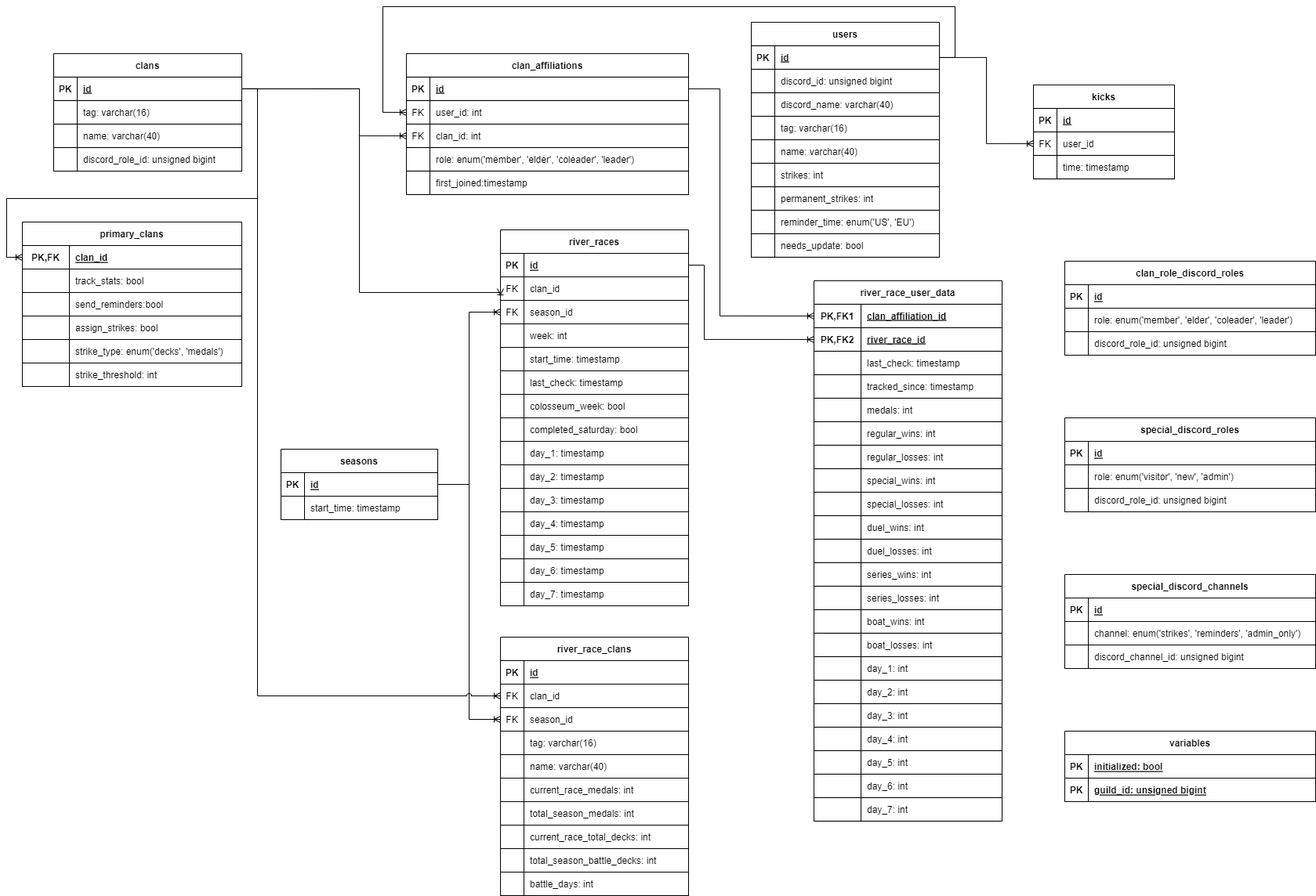
The draw.io diagram docs/DatabaseSchema.png in chradajan/ClashRoyaleManager, before a commit. Source tidied: cells renumbered, new cells last; positions are measured from the earlier drawing's top-left corner, leaving out a move shared by most shapes.
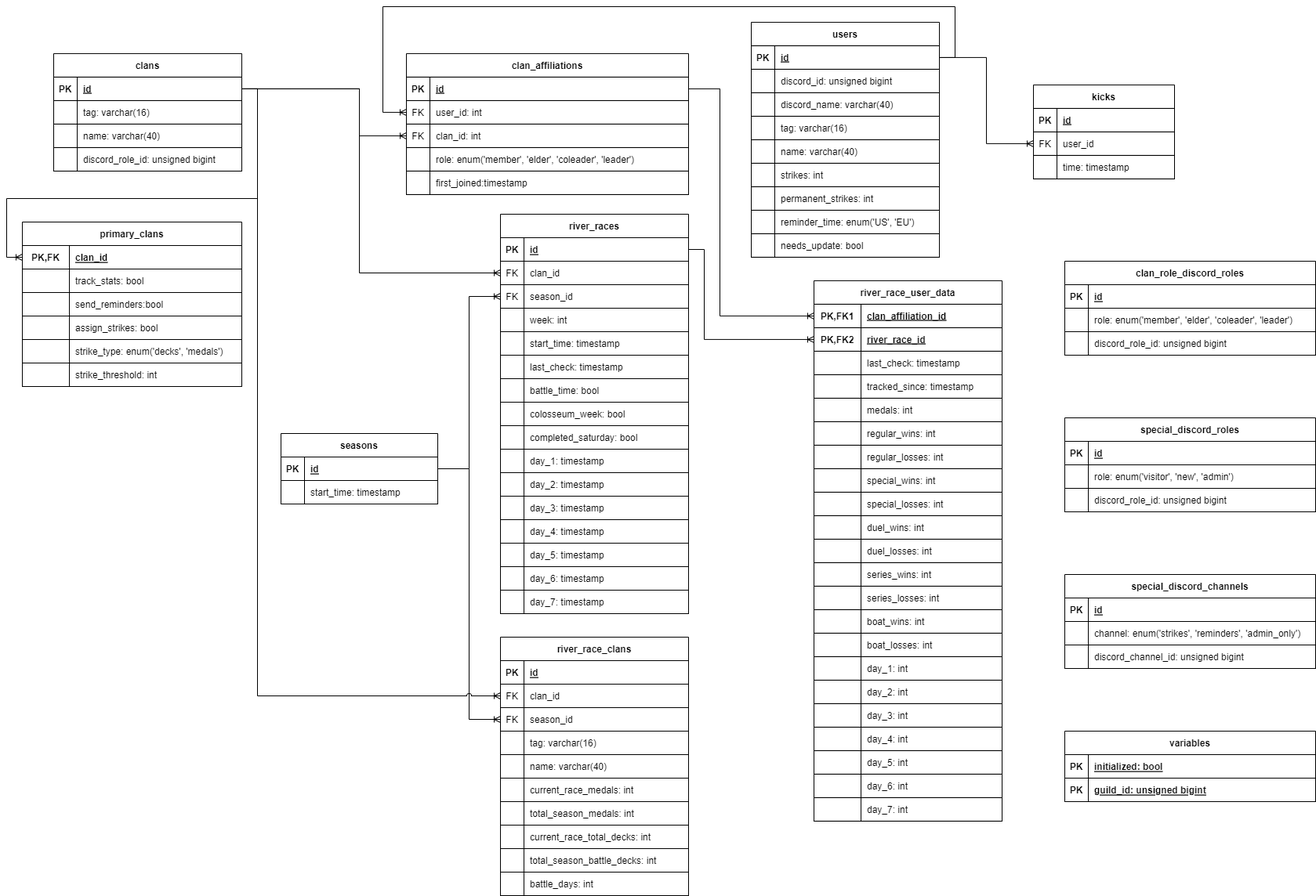
Above is the later version.

Commit message:
Only update tracked_since on Battle Days

The edit, as a diff of the source:
```diff
@@ -126,7 +126,7 @@
       <mxGeometry x="30" width="210" height="30" as="geometry" />
     </mxCell>
     <mxCell id="43" value="seasons" style="shape=table;startSize=30;rowLines=0;fontStyle=1;align=center;" parent="1" vertex="1">
-      <mxGeometry x="350" y="565" width="200" height="90" as="geometry" />
+      <mxGeometry x="350" y="545" width="200" height="90" as="geometry" />
     </mxCell>
     <mxCell id="44" style="shape=tableRow;horizontal=0;startSize=0;swimlaneHead=0;swimlaneBody=0;fillColor=none;points=[[0,0.5],[1,0.5]];portConstraint=eastwest;top=0;left=0;right=0;bottom=1;" parent="43" vertex="1">
       <mxGeometry y="30" width="200" height="30" as="geometry" />
@@ -240,7 +240,7 @@
       <mxGeometry x="30" width="210" height="30" as="geometry" />
     </mxCell>
     <mxCell id="81" value="river_races" style="shape=table;startSize=30;rowLines=0;fontStyle=1;align=center;" parent="1" vertex="1">
-      <mxGeometry x="630" y="285" width="240" height="480" as="geometry" />
+      <mxGeometry x="630" y="265" width="240" height="510" as="geometry" />
     </mxCell>
     <mxCell id="82" style="shape=tableRow;horizontal=0;startSize=0;swimlaneHead=0;swimlaneBody=0;fillColor=none;points=[[0,0.5],[1,0.5]];portConstraint=eastwest;top=0;left=0;right=0;bottom=1;" parent="81" vertex="1">
       <mxGeometry y="30" width="240" height="30" as="geometry" />
@@ -296,8 +296,17 @@
     <mxCell id="99" value="last_check: timestamp" style="shape=partialRectangle;fillColor=none;top=0;left=0;bottom=0;right=0;align=left;spacingLeft=6;overflow=hidden;" parent="97" vertex="1">
       <mxGeometry x="30" width="210" height="30" as="geometry" />
     </mxCell>
+    <mxCell id="286" style="shape=tableRow;horizontal=0;startSize=0;swimlaneHead=0;swimlaneBody=0;fillColor=none;top=0;left=0;right=0;bottom=0;" parent="81" vertex="1">
+      <mxGeometry y="210" width="240" height="30" as="geometry" />
+    </mxCell>
+    <mxCell id="287" style="shape=partialRectangle;fillColor=none;top=0;left=0;bottom=0;right=0;overflow=hidden;" parent="286" vertex="1">
+      <mxGeometry width="30" height="30" as="geometry" />
+    </mxCell>
+    <mxCell id="288" value="battle_time: bool" style="shape=partialRectangle;fillColor=none;top=0;left=0;bottom=0;right=0;align=left;spacingLeft=6;overflow=hidden;" parent="286" vertex="1">
+      <mxGeometry x="30" width="210" height="30" as="geometry" />
+    </mxCell>
     <mxCell id="100" style="shape=tableRow;horizontal=0;startSize=0;swimlaneHead=0;swimlaneBody=0;fillColor=none;top=0;left=0;right=0;bottom=0;" parent="81" vertex="1">
-      <mxGeometry y="210" width="240" height="30" as="geometry" />
+      <mxGeometry y="240" width="240" height="30" as="geometry" />
     </mxCell>
     <mxCell id="101" style="shape=partialRectangle;fillColor=none;top=0;left=0;bottom=0;right=0;overflow=hidden;" parent="100" vertex="1">
       <mxGeometry width="30" height="30" as="geometry" />
@@ -306,7 +315,7 @@
       <mxGeometry x="30" width="210" height="30" as="geometry" />
     </mxCell>
     <mxCell id="103" style="shape=tableRow;horizontal=0;startSize=0;swimlaneHead=0;swimlaneBody=0;fillColor=none;top=0;left=0;right=0;bottom=0;" parent="81" vertex="1">
-      <mxGeometry y="240" width="240" height="30" as="geometry" />
+      <mxGeometry y="270" width="240" height="30" as="geometry" />
     </mxCell>
     <mxCell id="104" style="shape=partialRectangle;fillColor=none;top=0;left=0;bottom=0;right=0;overflow=hidden;" parent="103" vertex="1">
       <mxGeometry width="30" height="30" as="geometry" />
@@ -315,7 +324,7 @@
       <mxGeometry x="30" width="210" height="30" as="geometry" />
     </mxCell>
     <mxCell id="106" style="shape=tableRow;horizontal=0;startSize=0;swimlaneHead=0;swimlaneBody=0;fillColor=none;top=0;left=0;right=0;bottom=0;" parent="81" vertex="1">
-      <mxGeometry y="270" width="240" height="30" as="geometry" />
+      <mxGeometry y="300" width="240" height="30" as="geometry" />
     </mxCell>
     <mxCell id="107" style="shape=partialRectangle;fillColor=none;top=0;left=0;bottom=0;right=0;overflow=hidden;" parent="106" vertex="1">
       <mxGeometry width="30" height="30" as="geometry" />
@@ -324,7 +333,7 @@
       <mxGeometry x="30" width="210" height="30" as="geometry" />
     </mxCell>
     <mxCell id="109" style="shape=tableRow;horizontal=0;startSize=0;swimlaneHead=0;swimlaneBody=0;fillColor=none;top=0;left=0;right=0;bottom=0;" parent="81" vertex="1">
-      <mxGeometry y="300" width="240" height="30" as="geometry" />
+      <mxGeometry y="330" width="240" height="30" as="geometry" />
     </mxCell>
     <mxCell id="110" style="shape=partialRectangle;fillColor=none;top=0;left=0;bottom=0;right=0;overflow=hidden;" parent="109" vertex="1">
       <mxGeometry width="30" height="30" as="geometry" />
@@ -333,7 +342,7 @@
       <mxGeometry x="30" width="210" height="30" as="geometry" />
     </mxCell>
     <mxCell id="112" style="shape=tableRow;horizontal=0;startSize=0;swimlaneHead=0;swimlaneBody=0;fillColor=none;top=0;left=0;right=0;bottom=0;" parent="81" vertex="1">
-      <mxGeometry y="330" width="240" height="30" as="geometry" />
+      <mxGeometry y="360" width="240" height="30" as="geometry" />
     </mxCell>
     <mxCell id="113" style="shape=partialRectangle;fillColor=none;top=0;left=0;bottom=0;right=0;overflow=hidden;" parent="112" vertex="1">
       <mxGeometry width="30" height="30" as="geometry" />
@@ -342,7 +351,7 @@
       <mxGeometry x="30" width="210" height="30" as="geometry" />
     </mxCell>
     <mxCell id="115" style="shape=tableRow;horizontal=0;startSize=0;swimlaneHead=0;swimlaneBody=0;fillColor=none;top=0;left=0;right=0;bottom=0;" parent="81" vertex="1">
-      <mxGeometry y="360" width="240" height="30" as="geometry" />
+      <mxGeometry y="390" width="240" height="30" as="geometry" />
     </mxCell>
     <mxCell id="116" style="shape=partialRectangle;fillColor=none;top=0;left=0;bottom=0;right=0;overflow=hidden;" parent="115" vertex="1">
       <mxGeometry width="30" height="30" as="geometry" />
@@ -351,7 +360,7 @@
       <mxGeometry x="30" width="210" height="30" as="geometry" />
     </mxCell>
     <mxCell id="118" style="shape=tableRow;horizontal=0;startSize=0;swimlaneHead=0;swimlaneBody=0;fillColor=none;top=0;left=0;right=0;bottom=0;" parent="81" vertex="1">
-      <mxGeometry y="390" width="240" height="30" as="geometry" />
+      <mxGeometry y="420" width="240" height="30" as="geometry" />
     </mxCell>
     <mxCell id="119" style="shape=partialRectangle;fillColor=none;top=0;left=0;bottom=0;right=0;overflow=hidden;" parent="118" vertex="1">
       <mxGeometry width="30" height="30" as="geometry" />
@@ -360,7 +369,7 @@
       <mxGeometry x="30" width="210" height="30" as="geometry" />
     </mxCell>
     <mxCell id="121" style="shape=tableRow;horizontal=0;startSize=0;swimlaneHead=0;swimlaneBody=0;fillColor=none;top=0;left=0;right=0;bottom=0;" parent="81" vertex="1">
-      <mxGeometry y="420" width="240" height="30" as="geometry" />
+      <mxGeometry y="450" width="240" height="30" as="geometry" />
     </mxCell>
     <mxCell id="122" style="shape=partialRectangle;fillColor=none;top=0;left=0;bottom=0;right=0;overflow=hidden;" parent="121" vertex="1">
       <mxGeometry width="30" height="30" as="geometry" />
@@ -369,7 +378,7 @@
       <mxGeometry x="30" width="210" height="30" as="geometry" />
     </mxCell>
     <mxCell id="124" style="shape=tableRow;horizontal=0;startSize=0;swimlaneHead=0;swimlaneBody=0;fillColor=none;top=0;left=0;right=0;bottom=0;" parent="81" vertex="1">
-      <mxGeometry y="450" width="240" height="30" as="geometry" />
+      <mxGeometry y="480" width="240" height="30" as="geometry" />
     </mxCell>
     <mxCell id="125" style="shape=partialRectangle;fillColor=none;top=0;left=0;bottom=0;right=0;overflow=hidden;" parent="124" vertex="1">
       <mxGeometry width="30" height="30" as="geometry" />
@@ -696,8 +705,7 @@
       <mxGeometry relative="1" as="geometry">
         <Array as="points">
           <mxPoint x="450" y="105" />
-          <mxPoint x="450" y="365" />
-          <mxPoint x="630" y="365" />
+          <mxPoint x="450" y="340" />
         </Array>
       </mxGeometry>
     </mxCell>
@@ -733,7 +741,7 @@
     <mxCell id="237" style="edgeStyle=orthogonalEdgeStyle;rounded=0;jumpStyle=arc;jettySize=auto;html=1;exitX=1;exitY=0.5;exitDx=0;exitDy=0;entryX=0;entryY=0.5;entryDx=0;entryDy=0;startArrow=baseDash;startFill=0;endArrow=ERoneToMany;endFill=0;strokeColor=default;" parent="1" edge="1" source="82" target="131">
       <mxGeometry relative="1" as="geometry">
         <Array as="points">
-          <mxPoint x="890" y="330" />
+          <mxPoint x="890" y="310" />
           <mxPoint x="890" y="425" />
         </Array>
       </mxGeometry>
```
